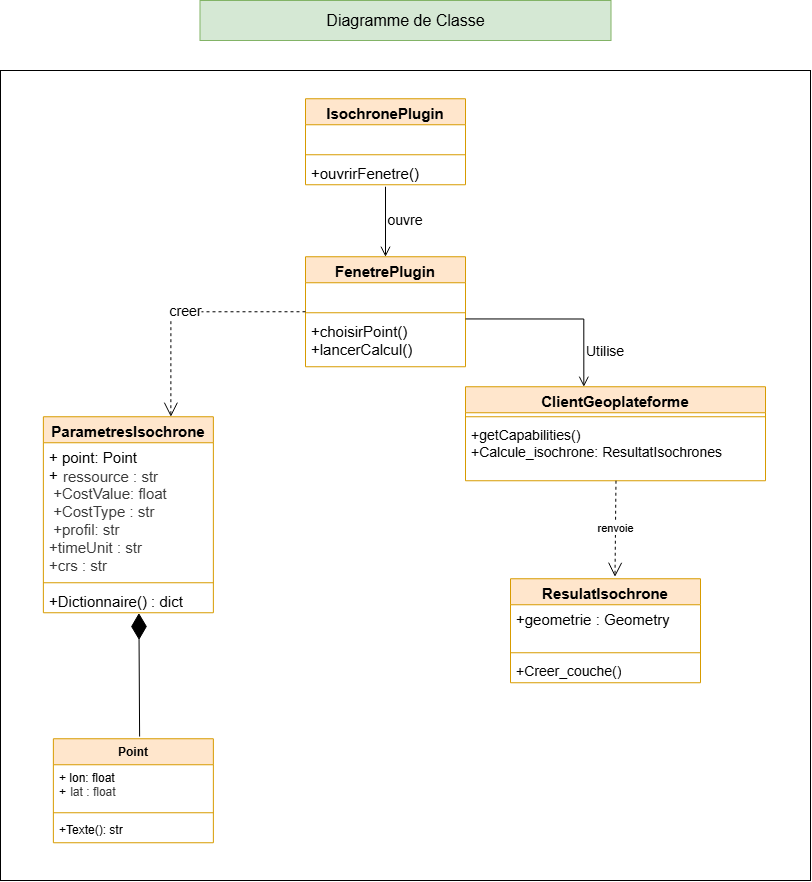
Earlier version of the draw.io export Diagramme de classe.png (Akatebra/Poo_Projet_Atac). Source tidied: cells renumbered, new cells last; positions are measured from the earlier drawing's top-left corner, leaving out a move shared by most shapes.
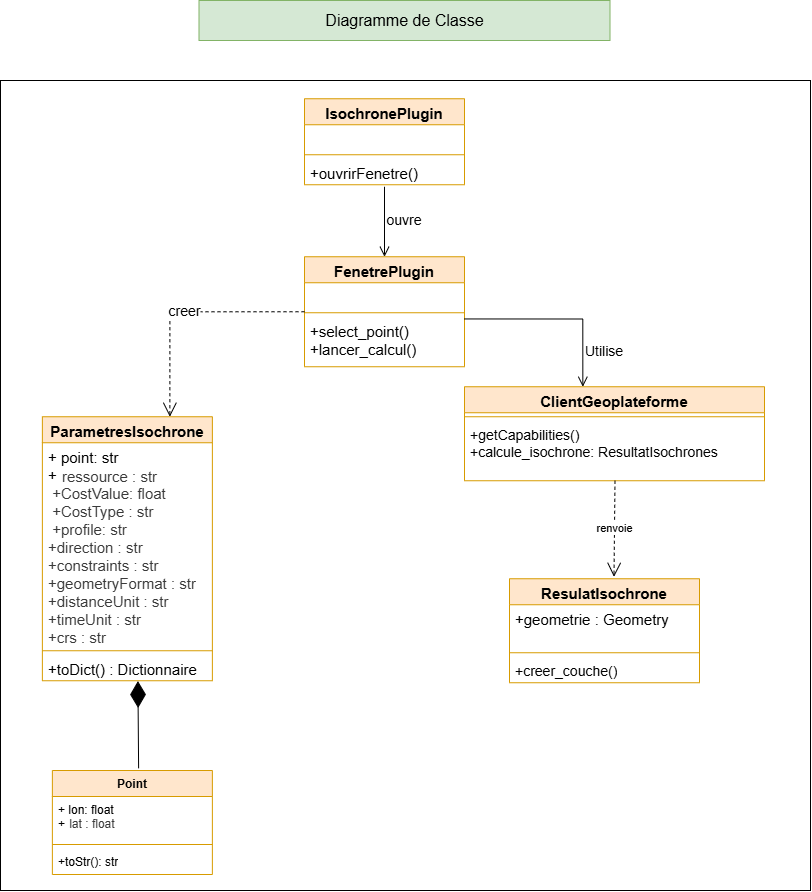
After the change.

Diff of the diagram source:
```diff
@@ -3,7 +3,7 @@
     <mxCell id="0" />
     <mxCell id="1" parent="0" />
     <mxCell id="2" style="whiteSpace=wrap;html=1;" parent="1" vertex="1">
-      <mxGeometry y="70" width="810" height="810" as="geometry" />
+      <mxGeometry x="1" y="80" width="810" height="810" as="geometry" />
     </mxCell>
     <mxCell id="3" value="&lt;font style=&quot;font-size: 16px;&quot;&gt;Diagramme de Classe&lt;/font&gt;" style="whiteSpace=wrap;html=1;fillColor=#d5e8d4;strokeColor=#82b366;" parent="1" vertex="1">
       <mxGeometry x="199.5" width="411" height="40" as="geometry" />
@@ -29,7 +29,7 @@
     <mxCell id="10" style="line;strokeWidth=1;fillColor=none;align=left;verticalAlign=middle;spacingTop=-1;spacingLeft=3;spacingRight=3;labelPosition=right;strokeColor=inherit;labelPerimeter=1;" parent="8" vertex="1">
       <mxGeometry y="52" width="160" height="8" as="geometry" />
     </mxCell>
-    <mxCell id="11" value="&lt;font style=&quot;font-size: 15px;&quot;&gt;+choisirPoint()&lt;/font&gt;&lt;div&gt;&lt;font style=&quot;font-size: 15px;&quot;&gt;+lancerCalcul()&lt;/font&gt;&lt;/div&gt;" style="text;strokeColor=none;fillColor=none;align=left;verticalAlign=top;spacingLeft=4;spacingRight=4;overflow=hidden;whiteSpace=wrap;html=1;" parent="8" vertex="1">
+    <mxCell id="11" value="&lt;font style=&quot;font-size: 15px;&quot;&gt;+select_point()&lt;/font&gt;&lt;div&gt;&lt;font style=&quot;font-size: 15px;&quot;&gt;+lancer_calcul()&lt;/font&gt;&lt;/div&gt;" style="text;strokeColor=none;fillColor=none;align=left;verticalAlign=top;spacingLeft=4;spacingRight=4;overflow=hidden;whiteSpace=wrap;html=1;" parent="8" vertex="1">
       <mxGeometry y="60" width="160" height="50" as="geometry" />
     </mxCell>
     <mxCell id="12" value="&lt;font style=&quot;font-size: 15px;&quot;&gt;ClientGeoplateforme&lt;/font&gt;" style="swimlane;fontStyle=1;align=center;verticalAlign=top;horizontal=1;startSize=26;whiteSpace=wrap;html=1;fillColor=#ffe6cc;strokeColor=#d79b00;" parent="1" vertex="1">
@@ -38,23 +38,23 @@
     <mxCell id="13" style="line;strokeWidth=1;fillColor=none;align=left;verticalAlign=middle;spacingTop=-1;spacingLeft=3;spacingRight=3;labelPosition=right;strokeColor=inherit;labelPerimeter=1;" parent="12" vertex="1">
       <mxGeometry y="26" width="300" height="8" as="geometry" />
     </mxCell>
-    <mxCell id="14" value="&lt;font style=&quot;font-size: 14px;&quot;&gt;+getCapabilities()&lt;/font&gt;&lt;div&gt;&lt;font style=&quot;font-size: 14px;&quot;&gt;+Calcule_isochrone: ResultatIsochrones&lt;/font&gt;&lt;/div&gt;" style="text;strokeColor=none;fillColor=none;align=left;verticalAlign=top;spacingLeft=4;spacingRight=4;overflow=hidden;whiteSpace=wrap;html=1;" parent="12" vertex="1">
+    <mxCell id="14" value="&lt;font style=&quot;font-size: 14px;&quot;&gt;+getCapabilities()&lt;/font&gt;&lt;div&gt;&lt;font style=&quot;font-size: 14px;&quot;&gt;+calcule_isochrone: ResultatIsochrones&lt;/font&gt;&lt;/div&gt;" style="text;strokeColor=none;fillColor=none;align=left;verticalAlign=top;spacingLeft=4;spacingRight=4;overflow=hidden;whiteSpace=wrap;html=1;" parent="12" vertex="1">
       <mxGeometry y="34" width="300" height="60" as="geometry" />
     </mxCell>
     <mxCell id="15" value="&lt;font style=&quot;font-size: 15px;&quot;&gt;ParametresIsochrone&lt;/font&gt;" style="swimlane;fontStyle=1;align=center;verticalAlign=top;horizontal=1;startSize=26;whiteSpace=wrap;html=1;fillColor=#ffe6cc;strokeColor=#d79b00;" parent="1" vertex="1">
-      <mxGeometry x="42.9" y="416.2" width="170" height="196" as="geometry" />
+      <mxGeometry x="42.9" y="416.2" width="170" height="264" as="geometry" />
     </mxCell>
-    <mxCell id="16" value="&lt;font style=&quot;font-size: 15px;&quot;&gt;+ point: Point&lt;/font&gt;&lt;div&gt;&lt;font style=&quot;font-size: 15px;&quot;&gt;+&lt;span style=&quot;box-sizing: inherit; color: rgb(58, 58, 58); background-color: rgb(255, 255, 255);&quot;&gt;&lt;code style=&quot;box-sizing: inherit; overflow-wrap: break-word; border-radius: 0.25rem; padding: 0.1em 0.35em;&quot;&gt;&lt;font face=&quot;Helvetica&quot;&gt;ressource : str&lt;/font&gt;&lt;/code&gt;&lt;/span&gt;&lt;/font&gt;&lt;/div&gt;&lt;div&gt;&lt;span style=&quot;box-sizing: inherit; color: rgb(58, 58, 58); background-color: rgb(255, 255, 255);&quot;&gt;&lt;code style=&quot;box-sizing: inherit; overflow-wrap: break-word; border-radius: 0.25rem; padding: 0.1em 0.35em;&quot;&gt;&lt;font face=&quot;Helvetica&quot; style=&quot;font-size: 15px;&quot;&gt;+CostValue: float&lt;/font&gt;&lt;/code&gt;&lt;/span&gt;&lt;/div&gt;&lt;div&gt;&lt;span style=&quot;box-sizing: inherit; color: rgb(58, 58, 58); background-color: rgb(255, 255, 255);&quot;&gt;&lt;code style=&quot;box-sizing: inherit; overflow-wrap: break-word; border-radius: 0.25rem; padding: 0.1em 0.35em;&quot;&gt;&lt;font face=&quot;Helvetica&quot; style=&quot;font-size: 15px;&quot;&gt;+CostType : str&lt;/font&gt;&lt;/code&gt;&lt;/span&gt;&lt;/div&gt;&lt;div&gt;&lt;span style=&quot;box-sizing: inherit; color: rgb(58, 58, 58); background-color: rgb(255, 255, 255);&quot;&gt;&lt;code style=&quot;box-sizing: inherit; overflow-wrap: break-word; border-radius: 0.25rem; padding: 0.1em 0.35em;&quot;&gt;&lt;font face=&quot;Helvetica&quot; style=&quot;font-size: 15px;&quot;&gt;+profil: str&lt;/font&gt;&lt;/code&gt;&lt;/span&gt;&lt;/div&gt;&lt;div&gt;&lt;font color=&quot;#3a3a3a&quot; style=&quot;font-size: 15px;&quot;&gt;&lt;span style=&quot;background-color: rgb(255, 255, 255);&quot;&gt;+timeUnit : str&lt;/span&gt;&lt;/font&gt;&lt;/div&gt;&lt;div&gt;&lt;font color=&quot;#3a3a3a&quot; style=&quot;font-size: 15px;&quot;&gt;&lt;span style=&quot;background-color: rgb(255, 255, 255);&quot;&gt;+crs : str&lt;/span&gt;&lt;/font&gt;&lt;/div&gt;" style="text;strokeColor=none;fillColor=none;align=left;verticalAlign=top;spacingLeft=4;spacingRight=4;overflow=hidden;whiteSpace=wrap;html=1;" parent="15" vertex="1">
-      <mxGeometry y="26" width="170" height="136" as="geometry" />
+    <mxCell id="16" value="&lt;font style=&quot;font-size: 15px;&quot;&gt;+ point: str&lt;/font&gt;&lt;div&gt;&lt;font style=&quot;font-size: 15px;&quot;&gt;+&lt;span style=&quot;box-sizing: inherit; color: rgb(58, 58, 58); background-color: rgb(255, 255, 255);&quot;&gt;&lt;code style=&quot;box-sizing: inherit; overflow-wrap: break-word; border-radius: 0.25rem; padding: 0.1em 0.35em;&quot;&gt;&lt;font face=&quot;Helvetica&quot;&gt;ressource : str&lt;/font&gt;&lt;/code&gt;&lt;/span&gt;&lt;/font&gt;&lt;/div&gt;&lt;div&gt;&lt;span style=&quot;box-sizing: inherit; color: rgb(58, 58, 58); background-color: rgb(255, 255, 255);&quot;&gt;&lt;code style=&quot;box-sizing: inherit; overflow-wrap: break-word; border-radius: 0.25rem; padding: 0.1em 0.35em;&quot;&gt;&lt;font face=&quot;Helvetica&quot; style=&quot;font-size: 15px;&quot;&gt;+CostValue: float&lt;/font&gt;&lt;/code&gt;&lt;/span&gt;&lt;/div&gt;&lt;div&gt;&lt;span style=&quot;box-sizing: inherit; color: rgb(58, 58, 58); background-color: rgb(255, 255, 255);&quot;&gt;&lt;code style=&quot;box-sizing: inherit; overflow-wrap: break-word; border-radius: 0.25rem; padding: 0.1em 0.35em;&quot;&gt;&lt;font face=&quot;Helvetica&quot; style=&quot;font-size: 15px;&quot;&gt;+CostType : str&lt;/font&gt;&lt;/code&gt;&lt;/span&gt;&lt;/div&gt;&lt;div&gt;&lt;span style=&quot;box-sizing: inherit; color: rgb(58, 58, 58); background-color: rgb(255, 255, 255);&quot;&gt;&lt;code style=&quot;box-sizing: inherit; overflow-wrap: break-word; border-radius: 0.25rem; padding: 0.1em 0.35em;&quot;&gt;&lt;font face=&quot;Helvetica&quot; style=&quot;font-size: 15px;&quot;&gt;+profile: str&lt;/font&gt;&lt;/code&gt;&lt;/span&gt;&lt;/div&gt;&lt;div&gt;&lt;font color=&quot;#3a3a3a&quot;&gt;&lt;span style=&quot;font-size: 15px; background-color: rgb(255, 255, 255);&quot;&gt;+direction : str&lt;/span&gt;&lt;/font&gt;&lt;/div&gt;&lt;div&gt;&lt;font color=&quot;#3a3a3a&quot;&gt;&lt;span style=&quot;font-size: 15px; background-color: rgb(255, 255, 255);&quot;&gt;+constraints : str&lt;/span&gt;&lt;/font&gt;&lt;/div&gt;&lt;div&gt;&lt;font color=&quot;#3a3a3a&quot;&gt;&lt;span style=&quot;font-size: 15px; background-color: rgb(255, 255, 255);&quot;&gt;+geometryFormat : str&lt;/span&gt;&lt;/font&gt;&lt;/div&gt;&lt;div&gt;&lt;font color=&quot;#3a3a3a&quot;&gt;&lt;span style=&quot;font-size: 15px; background-color: rgb(255, 255, 255);&quot;&gt;+distanceUnit : str&lt;/span&gt;&lt;/font&gt;&lt;/div&gt;&lt;div&gt;&lt;font color=&quot;#3a3a3a&quot; style=&quot;font-size: 15px;&quot;&gt;&lt;span style=&quot;background-color: rgb(255, 255, 255);&quot;&gt;+timeUnit : str&lt;/span&gt;&lt;/font&gt;&lt;/div&gt;&lt;div&gt;&lt;font color=&quot;#3a3a3a&quot; style=&quot;font-size: 15px;&quot;&gt;&lt;span style=&quot;background-color: rgb(255, 255, 255);&quot;&gt;+crs : str&lt;/span&gt;&lt;/font&gt;&lt;/div&gt;" style="text;strokeColor=none;fillColor=none;align=left;verticalAlign=top;spacingLeft=4;spacingRight=4;overflow=hidden;whiteSpace=wrap;html=1;" parent="15" vertex="1">
+      <mxGeometry y="26" width="170" height="204" as="geometry" />
     </mxCell>
     <mxCell id="17" style="line;strokeWidth=1;fillColor=none;align=left;verticalAlign=middle;spacingTop=-1;spacingLeft=3;spacingRight=3;labelPosition=right;strokeColor=inherit;labelPerimeter=1;" parent="15" vertex="1">
-      <mxGeometry y="162" width="170" height="8" as="geometry" />
+      <mxGeometry y="230" width="170" height="8" as="geometry" />
     </mxCell>
-    <mxCell id="18" value="&lt;font style=&quot;font-size: 15px;&quot;&gt;+Dictionnaire() : dict&lt;/font&gt;" style="text;strokeColor=none;fillColor=none;align=left;verticalAlign=top;spacingLeft=4;spacingRight=4;overflow=hidden;points=[[0,0.5],[1,0.5]];portConstraint=eastwest;whiteSpace=wrap;html=1;" parent="15" vertex="1">
-      <mxGeometry y="170" width="170" height="26" as="geometry" />
+    <mxCell id="18" value="&lt;font style=&quot;font-size: 15px;&quot;&gt;+toDict() :&amp;nbsp;&lt;/font&gt;&lt;span style=&quot;font-size: 15px;&quot;&gt;Dictionnaire&lt;/span&gt;" style="text;strokeColor=none;fillColor=none;align=left;verticalAlign=top;spacingLeft=4;spacingRight=4;overflow=hidden;points=[[0,0.5],[1,0.5]];portConstraint=eastwest;whiteSpace=wrap;html=1;" parent="15" vertex="1">
+      <mxGeometry y="238" width="170" height="26" as="geometry" />
     </mxCell>
     <mxCell id="19" value="Point" style="swimlane;fontStyle=1;align=center;verticalAlign=top;horizontal=1;startSize=26;whiteSpace=wrap;html=1;fillColor=#ffe6cc;strokeColor=#d79b00;" parent="1" vertex="1">
-      <mxGeometry x="52.9" y="738.2" width="160" height="104" as="geometry" />
+      <mxGeometry x="52.9" y="770" width="160" height="104" as="geometry" />
     </mxCell>
     <mxCell id="20" value="+ lon: float&lt;div&gt;+&lt;span style=&quot;box-sizing: inherit; color: rgb(58, 58, 58); background-color: rgb(255, 255, 255);&quot;&gt;&lt;code style=&quot;box-sizing: inherit; overflow-wrap: break-word; border-radius: 0.25rem; padding: 0.1em 0.35em;&quot;&gt;&lt;font face=&quot;Helvetica&quot;&gt;lat : float&lt;/font&gt;&lt;/code&gt;&lt;/span&gt;&lt;/div&gt;&lt;div&gt;&lt;br&gt;&lt;/div&gt;" style="text;strokeColor=none;fillColor=none;align=left;verticalAlign=top;spacingLeft=4;spacingRight=4;overflow=hidden;whiteSpace=wrap;html=1;" parent="19" vertex="1">
       <mxGeometry y="26" width="160" height="44" as="geometry" />
@@ -62,7 +62,7 @@
     <mxCell id="21" style="line;strokeWidth=1;fillColor=none;align=left;verticalAlign=middle;spacingTop=-1;spacingLeft=3;spacingRight=3;labelPosition=right;strokeColor=inherit;labelPerimeter=1;" parent="19" vertex="1">
       <mxGeometry y="70" width="160" height="8" as="geometry" />
     </mxCell>
-    <mxCell id="22" value="+Texte(): str" style="text;strokeColor=none;fillColor=none;align=left;verticalAlign=top;spacingLeft=4;spacingRight=4;overflow=hidden;whiteSpace=wrap;html=1;" parent="19" vertex="1">
+    <mxCell id="22" value="+toStr(): str" style="text;strokeColor=none;fillColor=none;align=left;verticalAlign=top;spacingLeft=4;spacingRight=4;overflow=hidden;whiteSpace=wrap;html=1;" parent="19" vertex="1">
       <mxGeometry y="78" width="160" height="26" as="geometry" />
     </mxCell>
     <mxCell id="23" value="&lt;font style=&quot;font-size: 15px;&quot;&gt;ResulatIsochrone&lt;/font&gt;" style="swimlane;fontStyle=1;align=center;verticalAlign=top;horizontal=1;startSize=26;whiteSpace=wrap;html=1;fillColor=#ffe6cc;strokeColor=#d79b00;" parent="1" vertex="1">
@@ -74,7 +74,7 @@
     <mxCell id="25" style="line;strokeWidth=1;fillColor=none;align=left;verticalAlign=middle;spacingTop=-1;spacingLeft=3;spacingRight=3;labelPosition=right;strokeColor=inherit;labelPerimeter=1;" parent="23" vertex="1">
       <mxGeometry y="70" width="190" height="8" as="geometry" />
     </mxCell>
-    <mxCell id="26" value="&lt;font style=&quot;font-size: 14px;&quot;&gt;+Creer_couche()&lt;/font&gt;" style="text;strokeColor=none;fillColor=none;align=left;verticalAlign=top;spacingLeft=4;spacingRight=4;overflow=hidden;whiteSpace=wrap;html=1;" parent="23" vertex="1">
+    <mxCell id="26" value="&lt;font style=&quot;font-size: 14px;&quot;&gt;+creer_couche()&lt;/font&gt;" style="text;strokeColor=none;fillColor=none;align=left;verticalAlign=top;spacingLeft=4;spacingRight=4;overflow=hidden;whiteSpace=wrap;html=1;" parent="23" vertex="1">
       <mxGeometry y="78" width="190" height="26" as="geometry" />
     </mxCell>
     <mxCell id="27" style="endArrow=diamondThin;endFill=1;endSize=24;html=1;rounded=0;defaultLabelBackgroundColor=page;entryX=0.562;entryY=1.011;entryDx=0;entryDy=0;entryPerimeter=0;exitX=0.539;exitY=-0.021;exitDx=0;exitDy=0;exitPerimeter=0;" parent="1" edge="1" source="19" target="18">
```
